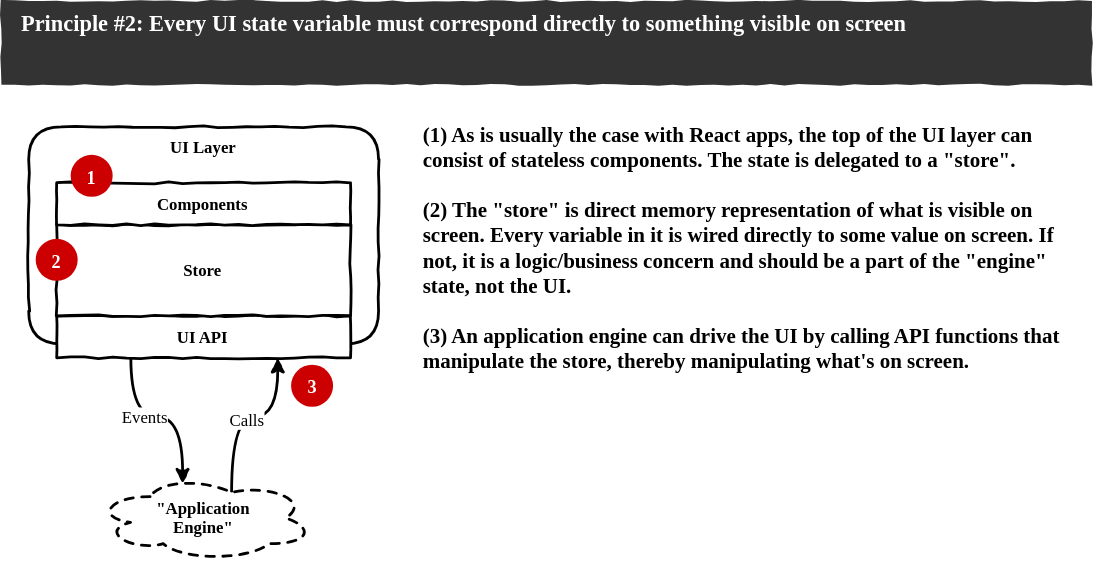
Above: Transmission-FE2.svg in hliyan/transmission (draw.io), before the change. Source tidied: cells renumbered, new cells last; positions are measured from the earlier drawing's top-left corner, leaving out a move shared by most shapes.
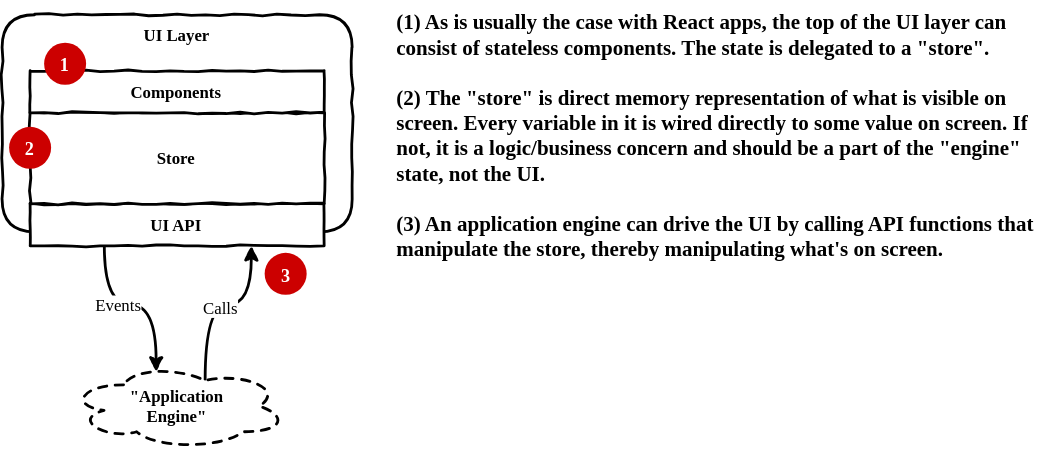
Later version of the same file.

Change to the diagram source:
```diff
@@ -29,9 +29,6 @@
     <mxCell id="10" value="3" style="ellipse;whiteSpace=wrap;html=1;comic=1;strokeWidth=2;fontFamily=Comic Sans MS;align=center;labelBackgroundColor=none;fillColor=#CC0000;fontSize=13;fontColor=#FFFFFF;strokeColor=none;fontStyle=1;" parent="1" vertex="1">
       <mxGeometry x="207.5" y="260" width="30" height="30" as="geometry" />
     </mxCell>
-    <mxCell id="11" value="Principle #2: Every UI state variable must correspond directly to something visible on screen" style="text;html=1;strokeColor=none;fillColor=#333333;align=left;verticalAlign=top;whiteSpace=wrap;rounded=0;comic=1;fontFamily=Comic Sans MS;fontStyle=1;fontSize=16;fontColor=#FFFFFF;spacingTop=0;spacingLeft=13;spacingBottom=0;spacingRight=12;" parent="1" vertex="1">
-      <mxGeometry width="780" height="60" as="geometry" />
-    </mxCell>
     <mxCell id="12" value="Store" style="rounded=0;whiteSpace=wrap;html=1;comic=1;fontFamily=Comic Sans MS;strokeWidth=2;fontStyle=1;" parent="1" vertex="1">
       <mxGeometry x="40" y="160" width="210" height="65" as="geometry" />
     </mxCell>
```
